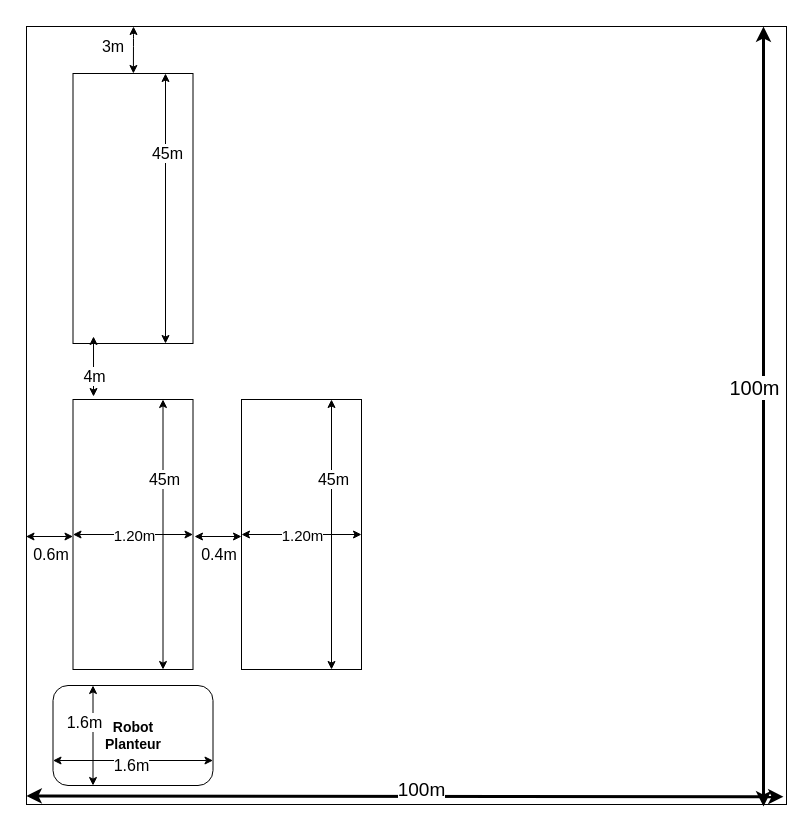
The draw.io diagram Untitled Diagram.drawio in EtienneLemaire/conception_sysml, before the edit. Source tidied: cells renumbered, new cells numbered last; positions are measured from the earlier drawing's top-left corner, leaving out a move shared by most shapes. Both pictures are drawn from the tidied source at 100%, with x=0, y=0 at pixel (25, 26).
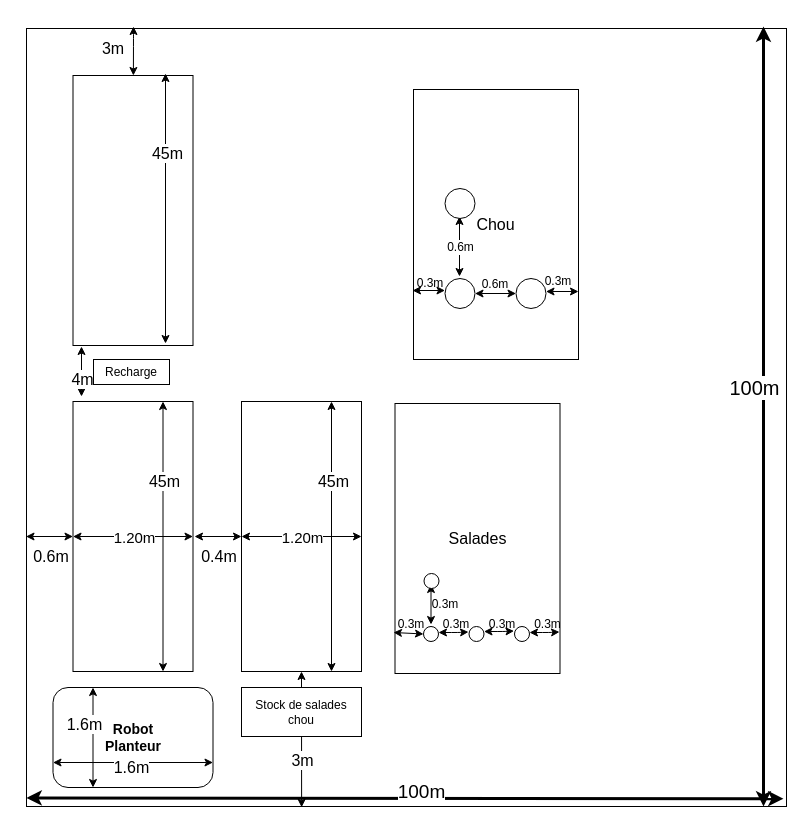
After the change.

The change refers to these unchanged cells:
```xml
<mxCell id="4" style="group;" parent="1" vertex="1">
  <mxGeometry x="0.5" y="373" width="167" height="270" as="geometry" />
</mxCell>
<mxCell id="12" style="group;" parent="1" vertex="1">
  <mxGeometry x="27.5" y="659" width="160" height="100" as="geometry" />
</mxCell>
<mxCell id="28" style="group;" parent="1" vertex="1">
  <mxGeometry x="169" y="373" width="167" height="270" as="geometry" />
</mxCell>
```

Diff of the diagram source:
```diff
@@
     <mxCell id="2" style="rounded=0;whiteSpace=wrap;html=1;" parent="1" vertex="1">
-      <mxGeometry x="1" width="760" height="778" as="geometry" />
+      <mxGeometry x="1" y="2" width="760" height="778" as="geometry" />
     </mxCell>
     <mxCell id="3" style="rounded=0;whiteSpace=wrap;html=1;" parent="1" vertex="1">
-      <mxGeometry x="47.5" y="47" width="120" height="270" as="geometry" />
+      <mxGeometry x="47.5" y="49" width="120" height="270" as="geometry" />
     </mxCell>
@@
     <mxCell id="5" style="rounded=0;whiteSpace=wrap;html=1;" parent="4" vertex="1">
-      <mxGeometry x="47" width="120" height="270" as="geometry" />
+      <mxGeometry x="47" y="2" width="120" height="270" as="geometry" />
     </mxCell>
@@
     <mxCell id="9" value="&lt;font style=&quot;font-size: 16px&quot;&gt;0.6m&lt;/font&gt;" style="text;html=1;strokeColor=none;fillColor=none;align=center;verticalAlign=middle;whiteSpace=wrap;rounded=0;" parent="4" vertex="1">
-      <mxGeometry x="5" y="145" width="40" height="20" as="geometry" />
+      <mxGeometry x="5" y="147" width="40" height="20" as="geometry" />
     </mxCell>
@@
     <mxCell id="13" value="&lt;div style=&quot;font-size: 14px&quot;&gt;&lt;b&gt;&lt;font style=&quot;font-size: 14px&quot;&gt;Robot&lt;/font&gt;&lt;/b&gt;&lt;/div&gt;&lt;div style=&quot;font-size: 14px&quot;&gt;&lt;b&gt;&lt;font style=&quot;font-size: 14px&quot;&gt;Planteur&lt;/font&gt;&lt;/b&gt;&lt;br&gt;&lt;/div&gt;" style="rounded=1;whiteSpace=wrap;html=1;" parent="12" vertex="1">
-      <mxGeometry width="160" height="100" as="geometry" />
+      <mxGeometry y="2" width="160" height="100" as="geometry" />
     </mxCell>
@@
     <mxCell id="23" value="&lt;font style=&quot;font-size: 16px&quot;&gt;3m&lt;/font&gt;" style="text;html=1;strokeColor=none;fillColor=none;align=center;verticalAlign=middle;whiteSpace=wrap;rounded=0;" parent="1" vertex="1">
-      <mxGeometry x="68" y="10" width="40" height="20" as="geometry" />
+      <mxGeometry x="68" y="12" width="40" height="20" as="geometry" />
     </mxCell>
-    <mxCell id="24" style="endArrow=classic;startArrow=classic;html=1;strokeWidth=1;entryX=0.171;entryY=0.974;entryDx=0;entryDy=0;entryPerimeter=0;" parent="1" edge="1" target="3">
+    <mxCell id="24" style="endArrow=classic;startArrow=classic;html=1;strokeWidth=1;" parent="1" edge="1">
       <mxGeometry relative="1" as="geometry">
-        <mxPoint x="68" y="370" as="sourcePoint" />
+        <mxPoint x="56" y="370" as="sourcePoint" />
+        <mxPoint x="56" y="320" as="targetPoint" />
       </mxGeometry>
     </mxCell>
@@
     <mxCell id="29" style="rounded=0;whiteSpace=wrap;html=1;" parent="28" vertex="1">
-      <mxGeometry x="47" width="120" height="270" as="geometry" />
+      <mxGeometry x="47" y="2" width="120" height="270" as="geometry" />
     </mxCell>
@@
     <mxCell id="33" value="&lt;font style=&quot;font-size: 16px&quot;&gt;0.4m&lt;/font&gt;" style="text;html=1;strokeColor=none;fillColor=none;align=center;verticalAlign=middle;whiteSpace=wrap;rounded=0;" parent="28" vertex="1">
-      <mxGeometry x="5" y="145" width="40" height="20" as="geometry" />
+      <mxGeometry x="5" y="147" width="40" height="20" as="geometry" />
     </mxCell>
@@
+    <mxCell id="36" value="&lt;font style=&quot;font-size: 16px&quot;&gt;Salades&lt;/font&gt;" style="rounded=0;whiteSpace=wrap;html=1;" parent="1" vertex="1">
+      <mxGeometry x="369.5" y="377" width="165" height="270" as="geometry" />
+    </mxCell>
+    <mxCell id="37" style="ellipse;whiteSpace=wrap;html=1;" parent="1" vertex="1">
+      <mxGeometry x="398" y="600" width="15" height="15" as="geometry" />
+    </mxCell>
+    <mxCell id="38" style="ellipse;whiteSpace=wrap;html=1;" parent="1" vertex="1">
+      <mxGeometry x="443.5" y="600" width="15" height="15" as="geometry" />
+    </mxCell>
+    <mxCell id="39" style="ellipse;whiteSpace=wrap;html=1;" parent="1" vertex="1">
+      <mxGeometry x="489" y="600" width="15" height="15" as="geometry" />
+    </mxCell>
+    <mxCell id="40" style="endArrow=classic;startArrow=classic;html=1;entryX=0;entryY=0.5;entryDx=0;entryDy=0;" parent="1" edge="1" target="37">
+      <mxGeometry relative="1" as="geometry">
+        <mxPoint x="368" y="606" as="sourcePoint" />
+      </mxGeometry>
+    </mxCell>
+    <mxCell id="41" style="endArrow=classic;startArrow=classic;html=1;entryX=0;entryY=0.5;entryDx=0;entryDy=0;" parent="1" edge="1">
+      <mxGeometry relative="1" as="geometry">
+        <mxPoint x="413" y="606" as="sourcePoint" />
+        <mxPoint x="443" y="605.5" as="targetPoint" />
+        <Array as="points">
+          <mxPoint x="433" y="606" />
+        </Array>
+      </mxGeometry>
+    </mxCell>
+    <mxCell id="42" style="endArrow=classic;startArrow=classic;html=1;entryX=0;entryY=0.5;entryDx=0;entryDy=0;" parent="1" edge="1">
+      <mxGeometry relative="1" as="geometry">
+        <mxPoint x="458.5" y="605" as="sourcePoint" />
+        <mxPoint x="488.5" y="604.5" as="targetPoint" />
+        <Array as="points">
+          <mxPoint x="478.5" y="605" />
+        </Array>
+      </mxGeometry>
+    </mxCell>
+    <mxCell id="43" style="endArrow=classic;startArrow=classic;html=1;entryX=0;entryY=0.5;entryDx=0;entryDy=0;" parent="1" edge="1">
+      <mxGeometry relative="1" as="geometry">
+        <mxPoint x="504" y="606" as="sourcePoint" />
+        <mxPoint x="534" y="605.5" as="targetPoint" />
+        <Array as="points">
+          <mxPoint x="524" y="606" />
+        </Array>
+      </mxGeometry>
+    </mxCell>
+    <mxCell id="44" value="0.3m" style="text;html=1;strokeColor=none;fillColor=none;align=center;verticalAlign=middle;whiteSpace=wrap;rounded=0;" parent="1" vertex="1">
+      <mxGeometry x="365.5" y="587.5" width="40" height="20" as="geometry" />
+    </mxCell>
+    <mxCell id="45" value="0.3m" style="text;html=1;strokeColor=none;fillColor=none;align=center;verticalAlign=middle;whiteSpace=wrap;rounded=0;" parent="1" vertex="1">
+      <mxGeometry x="410.5" y="587.5" width="40" height="20" as="geometry" />
+    </mxCell>
+    <mxCell id="46" value="0.3m" style="text;html=1;strokeColor=none;fillColor=none;align=center;verticalAlign=middle;whiteSpace=wrap;rounded=0;" parent="1" vertex="1">
+      <mxGeometry x="456.5" y="587.5" width="40" height="20" as="geometry" />
+    </mxCell>
+    <mxCell id="47" value="0.3m" style="text;html=1;strokeColor=none;fillColor=none;align=center;verticalAlign=middle;whiteSpace=wrap;rounded=0;" parent="1" vertex="1">
+      <mxGeometry x="503.5" y="588" width="37" height="20" as="geometry" />
+    </mxCell>
+    <mxCell id="48" value="&lt;font style=&quot;font-size: 16px&quot;&gt;Chou&lt;/font&gt;" style="rounded=0;whiteSpace=wrap;html=1;" parent="1" vertex="1">
+      <mxGeometry x="388" y="63" width="165" height="270" as="geometry" />
+    </mxCell>
+    <mxCell id="49" style="ellipse;whiteSpace=wrap;html=1;" parent="1" vertex="1">
+      <mxGeometry x="419.5" y="252" width="30" height="30" as="geometry" />
+    </mxCell>
+    <mxCell id="50" style="ellipse;whiteSpace=wrap;html=1;" parent="1" vertex="1">
+      <mxGeometry x="490.5" y="252" width="30" height="30" as="geometry" />
+    </mxCell>
+    <mxCell id="51" style="endArrow=classic;startArrow=classic;html=1;exitX=1;exitY=0.5;exitDx=0;exitDy=0;entryX=0;entryY=0.5;entryDx=0;entryDy=0;" parent="1" edge="1" source="49" target="50">
+      <mxGeometry relative="1" as="geometry" />
+    </mxCell>
+    <mxCell id="52" style="endArrow=classic;startArrow=classic;html=1;entryX=0;entryY=0.5;entryDx=0;entryDy=0;" parent="1" edge="1">
+      <mxGeometry relative="1" as="geometry">
+        <mxPoint x="520.5" y="265" as="sourcePoint" />
+        <mxPoint x="553" y="265" as="targetPoint" />
+      </mxGeometry>
+    </mxCell>
+    <mxCell id="53" style="endArrow=classic;startArrow=classic;html=1;entryX=0;entryY=0.5;entryDx=0;entryDy=0;" parent="1" edge="1">
+      <mxGeometry relative="1" as="geometry">
+        <mxPoint x="387" y="264" as="sourcePoint" />
+        <mxPoint x="419.5" y="264" as="targetPoint" />
+      </mxGeometry>
+    </mxCell>
+    <mxCell id="54" value="0.3m" style="text;html=1;strokeColor=none;fillColor=none;align=center;verticalAlign=middle;whiteSpace=wrap;rounded=0;" parent="1" vertex="1">
+      <mxGeometry x="384.5" y="247" width="40" height="20" as="geometry" />
+    </mxCell>
+    <mxCell id="55" value="0.3m" style="text;html=1;strokeColor=none;fillColor=none;align=center;verticalAlign=middle;whiteSpace=wrap;rounded=0;" parent="1" vertex="1">
+      <mxGeometry x="513" y="245" width="40" height="20" as="geometry" />
+    </mxCell>
+    <mxCell id="56" value="0.6m" style="text;html=1;strokeColor=none;fillColor=none;align=center;verticalAlign=middle;whiteSpace=wrap;rounded=0;" parent="1" vertex="1">
+      <mxGeometry x="450" y="248" width="40" height="20" as="geometry" />
+    </mxCell>
+    <mxCell id="57" style="endArrow=classic;startArrow=classic;html=1;" parent="1" edge="1">
+      <mxGeometry relative="1" as="geometry">
+        <mxPoint x="434" y="250" as="sourcePoint" />
+        <mxPoint x="434" y="190" as="targetPoint" />
+      </mxGeometry>
+    </mxCell>
+    <mxCell id="58" value="0.6m" style="text;html=1;align=center;verticalAlign=middle;labelBackgroundColor=#ffffff;" parent="57" vertex="1">
+      <mxGeometry x="-0.47" y="-1" relative="1" as="geometry">
+        <mxPoint x="-0.5" y="-14" as="offset" />
+      </mxGeometry>
+    </mxCell>
+    <mxCell id="59" style="endArrow=classic;startArrow=classic;html=1;" parent="1" edge="1">
+      <mxGeometry relative="1" as="geometry">
+        <mxPoint x="405.5" y="598" as="sourcePoint" />
+        <mxPoint x="405.5" y="558" as="targetPoint" />
+      </mxGeometry>
+    </mxCell>
+    <mxCell id="60" style="ellipse;whiteSpace=wrap;html=1;" parent="1" vertex="1">
+      <mxGeometry x="419.5" y="162" width="30" height="30" as="geometry" />
+    </mxCell>
+    <mxCell id="61" style="ellipse;whiteSpace=wrap;html=1;" parent="1" vertex="1">
+      <mxGeometry x="398.5" y="547" width="15" height="15" as="geometry" />
+    </mxCell>
+    <mxCell id="62" value="0.3m" style="text;html=1;strokeColor=none;fillColor=none;align=center;verticalAlign=middle;whiteSpace=wrap;rounded=0;" parent="1" vertex="1">
+      <mxGeometry x="399.5" y="567.5" width="40" height="20" as="geometry" />
+    </mxCell>
+    <mxCell id="63" style="endArrow=classic;startArrow=classic;html=1;entryX=0.5;entryY=1;entryDx=0;entryDy=0;exitX=0.362;exitY=1.001;exitDx=0;exitDy=0;exitPerimeter=0;" parent="1" edge="1" source="2" target="29">
+      <mxGeometry relative="1" as="geometry" />
+    </mxCell>
+    <mxCell id="64" value="&lt;font style=&quot;font-size: 16px&quot;&gt;3m&lt;/font&gt;" style="text;html=1;align=center;verticalAlign=middle;labelBackgroundColor=#ffffff;" parent="63" vertex="1">
+      <mxGeometry x="-0.31" relative="1" as="geometry" />
+    </mxCell>
+    <mxCell id="65" value="Recharge" style="rounded=0;whiteSpace=wrap;html=1;" parent="1" vertex="1">
+      <mxGeometry x="68" y="333" width="76" height="25" as="geometry" />
+    </mxCell>
+    <mxCell id="66" value="&lt;div&gt;Stock de salades&lt;/div&gt;&lt;div&gt;chou&lt;br&gt;&lt;/div&gt;" style="rounded=0;whiteSpace=wrap;html=1;" parent="1" vertex="1">
+      <mxGeometry x="216" y="661" width="120" height="49" as="geometry" />
+    </mxCell>
```
